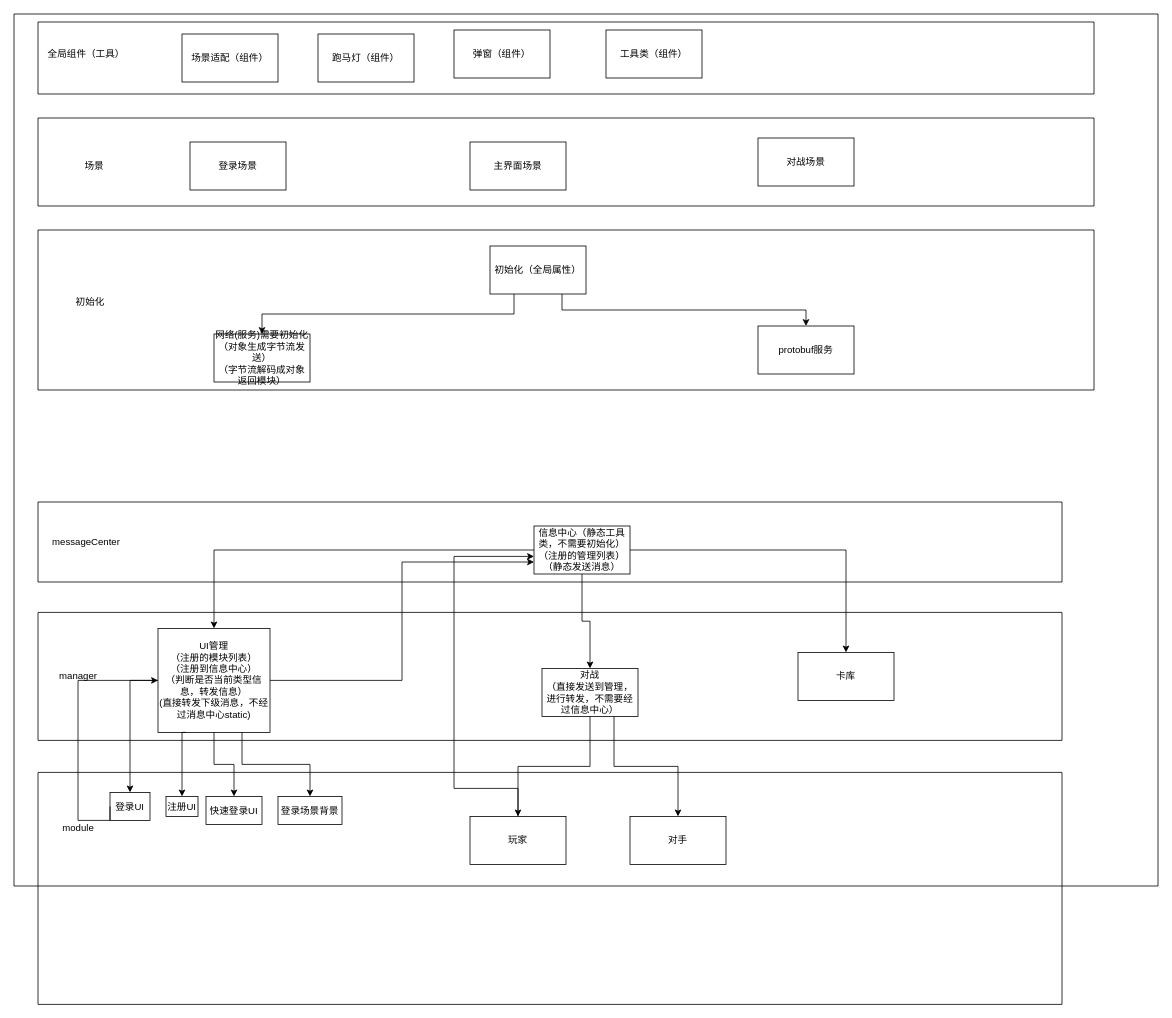
The draw.io diagram page "整体框架" (4 of 5) of Untitled Diagram.drawio in 605682883/flowPhoto, before the edit. Source tidied: cells renumbered, new cells numbered last; positions are measured from the earlier drawing's top-left corner, leaving out a move shared by most shapes. Both pictures are drawn from the tidied source at 80%, with x=0, y=0 at pixel (14, 14).
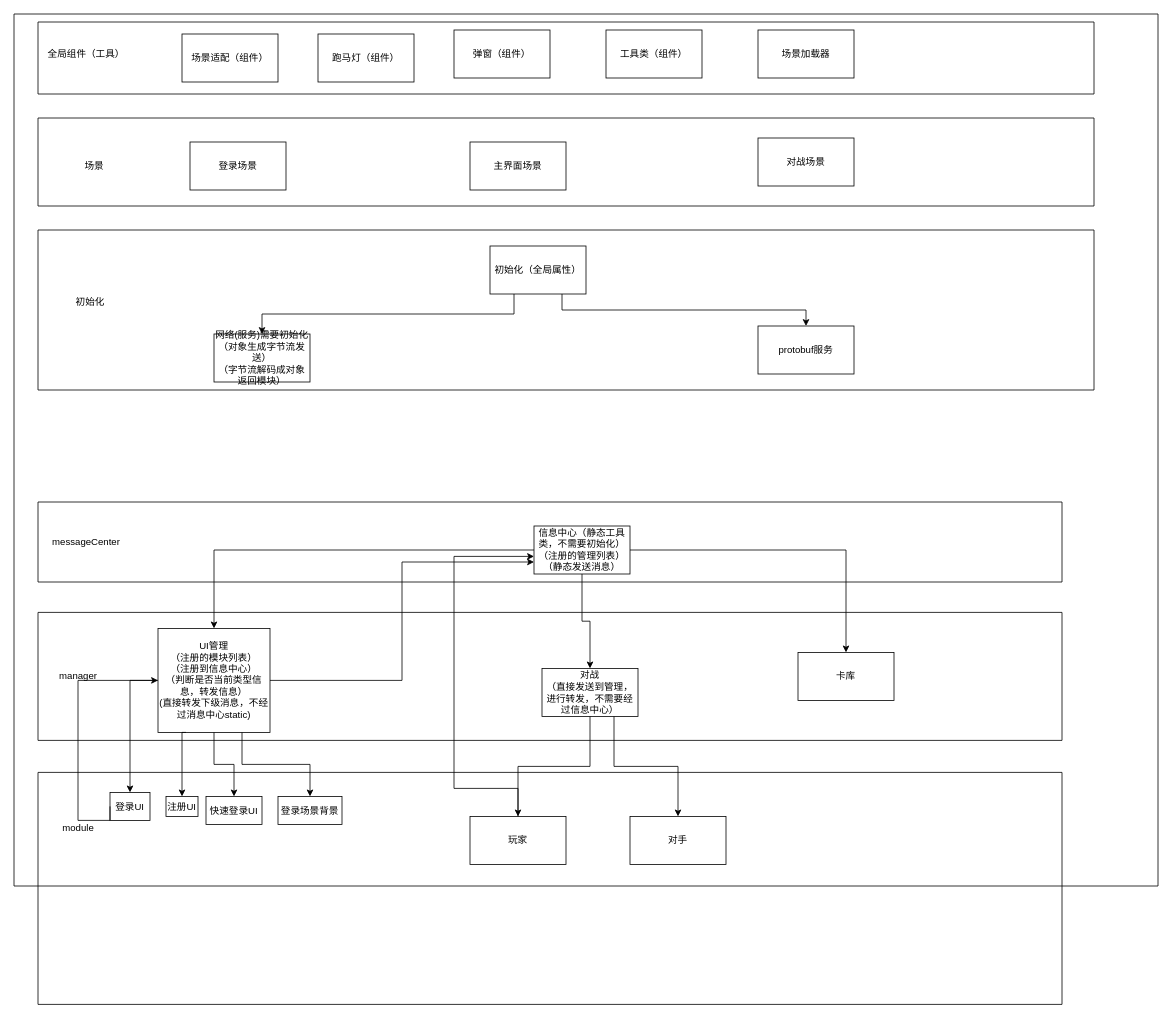
Above is the later version.

Unchanged cells that the change refers to:
```xml
<mxCell id="43" style="swimlane;startSize=0;" parent="2" vertex="1">
  <mxGeometry x="30" y="10" width="1320" height="90" as="geometry" />
</mxCell>
```

Diff of the diagram source:
```diff
@@
+    <mxCell id="49" value="场景加载器" style="rounded=0;whiteSpace=wrap;html=1;" parent="43" vertex="1">
+      <mxGeometry x="900" y="10" width="120" height="60" as="geometry" />
+    </mxCell>
```
